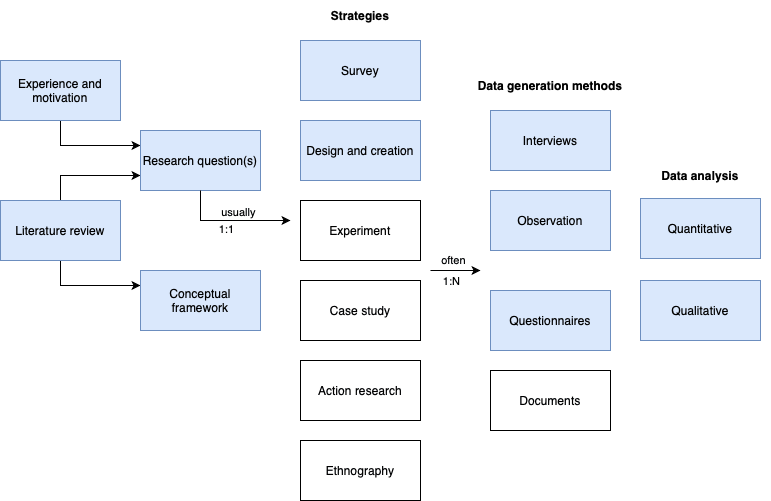
maattss/master-thesis keeps this draw.io diagram as Images/Models/ResearchProcess.png. Above is the earlier version. Source tidied: cells renumbered, new cells last; positions are measured from the earlier drawing's top-left corner, leaving out a move shared by most shapes.
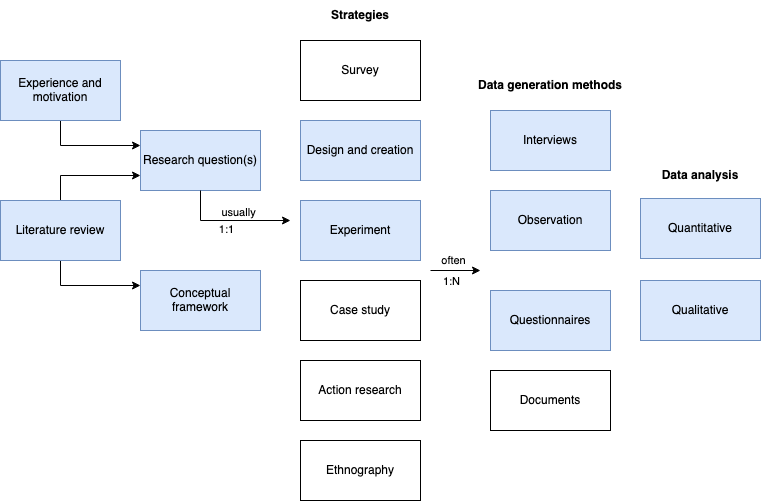
After the change.

What changed in the source:
```diff
@@ -24,13 +24,13 @@
     <mxCell id="7" value="Research question(s)" style="rounded=0;whiteSpace=wrap;html=1;fillColor=#dae8fc;strokeColor=#6c8ebf;" parent="1" vertex="1">
       <mxGeometry x="140" y="130" width="120" height="60" as="geometry" />
     </mxCell>
-    <mxCell id="8" value="Survey" style="rounded=0;whiteSpace=wrap;html=1;fillColor=#dae8fc;strokeColor=#6c8ebf;" parent="1" vertex="1">
+    <mxCell id="8" value="Survey" style="rounded=0;whiteSpace=wrap;html=1;" parent="1" vertex="1">
       <mxGeometry x="300" y="40" width="120" height="60" as="geometry" />
     </mxCell>
     <mxCell id="9" value="Design and creation" style="rounded=0;whiteSpace=wrap;html=1;fillColor=#dae8fc;strokeColor=#6c8ebf;" parent="1" vertex="1">
       <mxGeometry x="300" y="120" width="120" height="60" as="geometry" />
     </mxCell>
-    <mxCell id="10" value="Experiment" style="rounded=0;whiteSpace=wrap;html=1;fillColor=none;" parent="1" vertex="1">
+    <mxCell id="10" value="Experiment" style="rounded=0;whiteSpace=wrap;html=1;fillColor=#dae8fc;strokeColor=#6c8ebf;" parent="1" vertex="1">
       <mxGeometry x="300" y="200" width="120" height="60" as="geometry" />
     </mxCell>
     <mxCell id="11" value="Case study" style="rounded=0;whiteSpace=wrap;html=1;" parent="1" vertex="1">
```
